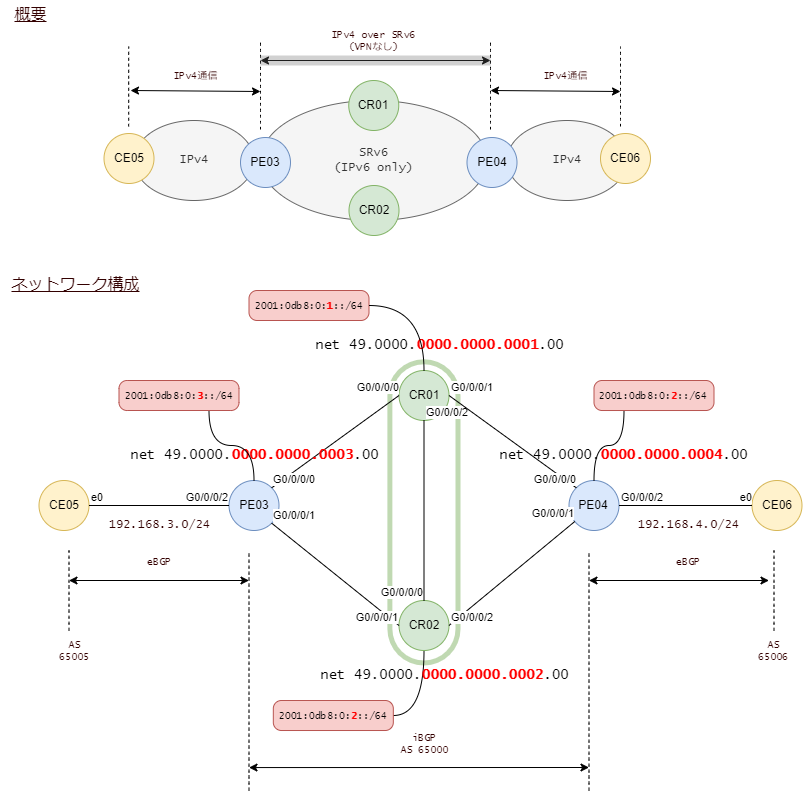
The draw.io diagram iosxr_config/img/srv6_bgp.drawio.png in takamitsu-iida/srv6-guide, before a commit. Source tidied: cells renumbered, new cells last; positions are measured from the earlier drawing's top-left corner, leaving out a move shared by most shapes.
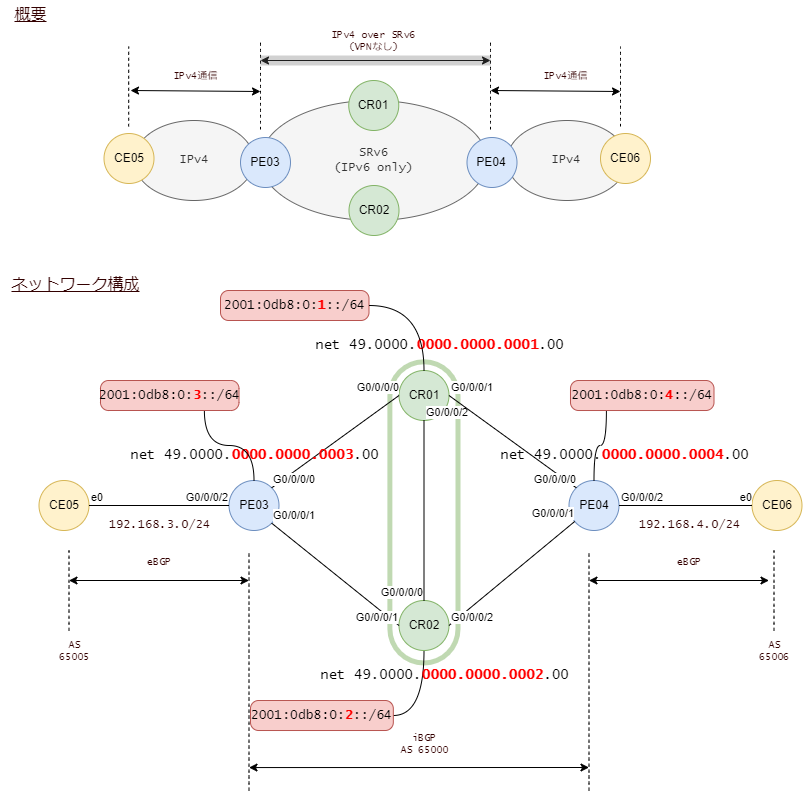
Later version of the same file.

What changed in the source:
```diff
@@ -101,23 +101,23 @@
     <mxCell id="34" value="net 49.0000.&lt;b style=&quot;font-size: 14px;&quot;&gt;&lt;font color=&quot;#ff0000&quot; style=&quot;font-size: 14px;&quot;&gt;0000.0000.0003&lt;/font&gt;&lt;/b&gt;.00" style="text;html=1;align=center;verticalAlign=middle;strokeColor=none;fillColor=none;fontSize=14;fontFamily=Lucida Console;" parent="1" vertex="1">
       <mxGeometry x="118.5" y="440" width="270" height="30" as="geometry" />
     </mxCell>
-    <mxCell id="35" value="2001:0db8:0:&lt;b&gt;&lt;font color=&quot;#ff0000&quot;&gt;2&lt;/font&gt;&lt;/b&gt;::/64" style="rounded=1;whiteSpace=wrap;html=1;strokeColor=#b85450;strokeWidth=1;fontFamily=Lucida Console;fontSize=10;fillColor=#f8cecc;arcSize=27;" parent="1" vertex="1">
-      <mxGeometry x="272.8" y="700" width="120" height="30" as="geometry" />
+    <mxCell id="35" value="2001:0db8:0:&lt;b style=&quot;font-size: 13px;&quot;&gt;&lt;font color=&quot;#ff0000&quot; style=&quot;font-size: 13px;&quot;&gt;2&lt;/font&gt;&lt;/b&gt;::/64" style="rounded=1;whiteSpace=wrap;html=1;strokeColor=#b85450;strokeWidth=1;fontFamily=Lucida Console;fontSize=13;fillColor=#f8cecc;arcSize=27;" parent="1" vertex="1">
+      <mxGeometry x="250" y="700" width="142.8" height="30" as="geometry" />
     </mxCell>
-    <mxCell id="36" value="2001:0db8:0:&lt;b&gt;&lt;font color=&quot;#ff0000&quot;&gt;3&lt;/font&gt;&lt;/b&gt;::/64" style="rounded=1;whiteSpace=wrap;html=1;strokeColor=#b85450;strokeWidth=1;fontFamily=Lucida Console;fontSize=10;fillColor=#f8cecc;arcSize=27;" parent="1" vertex="1">
-      <mxGeometry x="118.5" y="380" width="120" height="30" as="geometry" />
+    <mxCell id="36" value="2001:0db8:0:&lt;b style=&quot;font-size: 13px;&quot;&gt;&lt;font color=&quot;#ff0000&quot; style=&quot;font-size: 13px;&quot;&gt;3&lt;/font&gt;&lt;/b&gt;::/64" style="rounded=1;whiteSpace=wrap;html=1;strokeColor=#b85450;strokeWidth=1;fontFamily=Lucida Console;fontSize=13;fillColor=#f8cecc;arcSize=27;" parent="1" vertex="1">
+      <mxGeometry x="100" y="380" width="138.5" height="30" as="geometry" />
     </mxCell>
     <mxCell id="37" style="edgeStyle=orthogonalEdgeStyle;curved=1;html=1;fontFamily=Lucida Console;fontSize=10;fontColor=#FF0000;endArrow=none;endFill=0;entryX=0.75;entryY=1;entryDx=0;entryDy=0;" parent="1" edge="1" source="6" target="36">
       <mxGeometry relative="1" as="geometry" />
     </mxCell>
-    <mxCell id="38" value="2001:0db8:0:&lt;b&gt;&lt;font color=&quot;#ff0000&quot;&gt;2&lt;/font&gt;&lt;/b&gt;::/64" style="rounded=1;whiteSpace=wrap;html=1;strokeColor=#b85450;strokeWidth=1;fontFamily=Lucida Console;fontSize=10;fillColor=#f8cecc;arcSize=27;" parent="1" vertex="1">
-      <mxGeometry x="593.5" y="380" width="120" height="30" as="geometry" />
+    <mxCell id="38" value="2001:0db8:0:&lt;font color=&quot;#ff0000&quot; style=&quot;font-size: 13px;&quot;&gt;&lt;b style=&quot;font-size: 13px;&quot;&gt;4&lt;/b&gt;&lt;/font&gt;::/64" style="rounded=1;whiteSpace=wrap;html=1;strokeColor=#b85450;strokeWidth=1;fontFamily=Lucida Console;fontSize=13;fillColor=#f8cecc;arcSize=27;" parent="1" vertex="1">
+      <mxGeometry x="570" y="380" width="143.5" height="30" as="geometry" />
     </mxCell>
     <mxCell id="39" style="edgeStyle=orthogonalEdgeStyle;curved=1;html=1;fontFamily=Lucida Console;fontSize=10;fontColor=#FF0000;endArrow=none;endFill=0;entryX=0.25;entryY=1;entryDx=0;entryDy=0;" parent="1" edge="1" source="7" target="38">
       <mxGeometry relative="1" as="geometry" />
     </mxCell>
-    <mxCell id="40" value="2001:0db8:0:&lt;b&gt;&lt;font color=&quot;#ff0000&quot;&gt;1&lt;/font&gt;&lt;/b&gt;::/64" style="rounded=1;whiteSpace=wrap;html=1;strokeColor=#b85450;strokeWidth=1;fontFamily=Lucida Console;fontSize=10;fillColor=#f8cecc;arcSize=27;" parent="1" vertex="1">
-      <mxGeometry x="248.5" y="290" width="120" height="30" as="geometry" />
+    <mxCell id="40" value="2001:0db8:0:&lt;b style=&quot;font-size: 13px;&quot;&gt;&lt;font color=&quot;#ff0000&quot; style=&quot;font-size: 13px;&quot;&gt;1&lt;/font&gt;&lt;/b&gt;::/64" style="rounded=1;whiteSpace=wrap;html=1;strokeColor=#b85450;strokeWidth=1;fontFamily=Lucida Console;fontSize=13;fillColor=#f8cecc;arcSize=27;" parent="1" vertex="1">
+      <mxGeometry x="220" y="290" width="148.5" height="30" as="geometry" />
     </mxCell>
     <mxCell id="41" style="edgeStyle=orthogonalEdgeStyle;curved=1;html=1;exitX=0.5;exitY=0;exitDx=0;exitDy=0;entryX=1;entryY=0.5;entryDx=0;entryDy=0;fontFamily=Lucida Console;fontSize=10;fontColor=#FF0000;endArrow=none;endFill=0;" parent="1" edge="1" source="3" target="40">
       <mxGeometry relative="1" as="geometry" />
```
